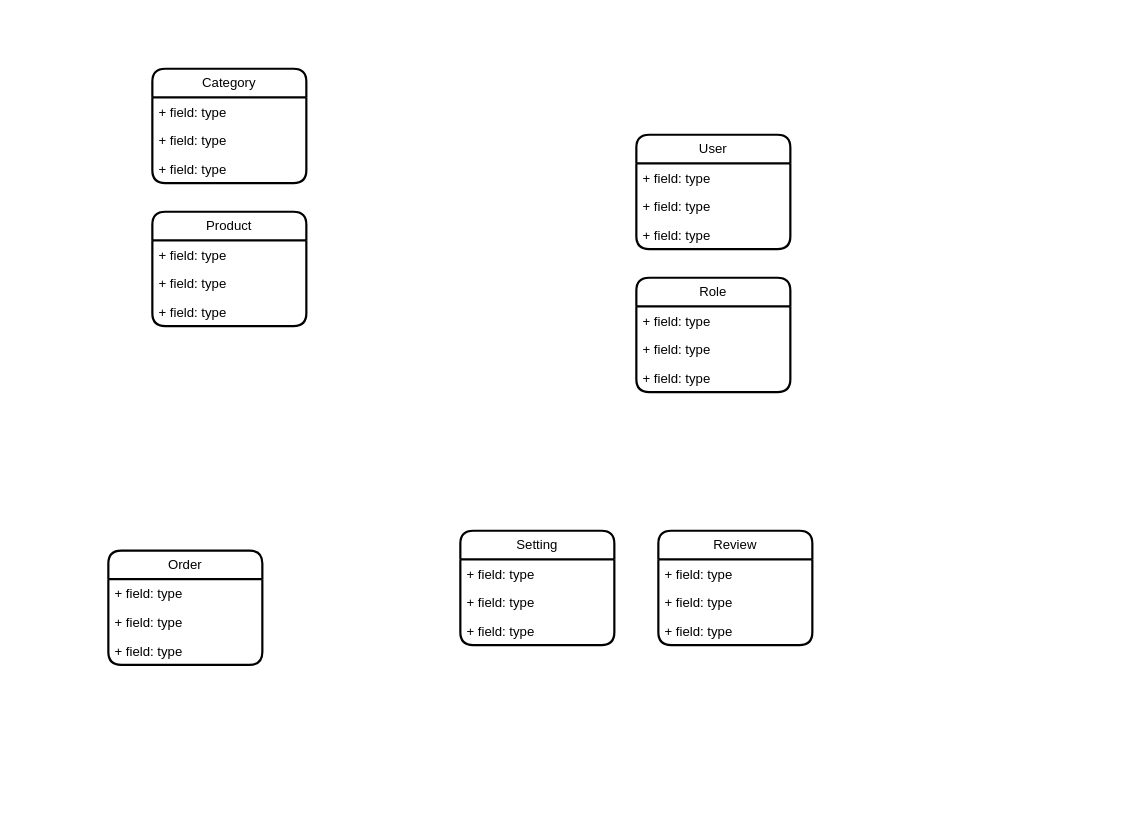
Before: ecommerce.drawio in parnasmi/ecommerce-laravel, a draw.io diagram. Source tidied: cells renumbered, new cells numbered last; positions are measured from the earlier drawing's top-left corner, leaving out a move shared by most shapes. Both pictures are drawn from the tidied source at 110%, with x=0, y=0 at pixel (108, 68).
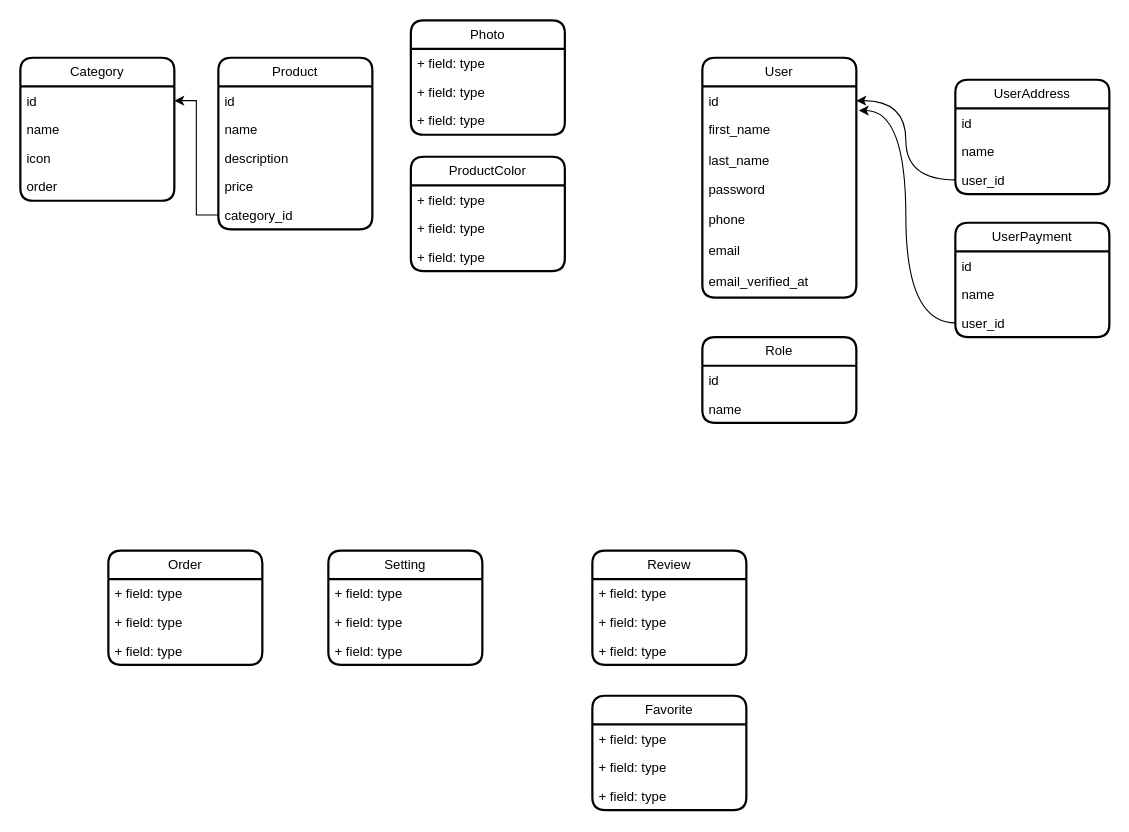
The same page after the edit.

What changed in the source:
```diff
@@
     <mxCell id="2" value="Category" style="swimlane;fontStyle=0;horizontal=1;startSize=26;fillColor=none;whiteSpace=wrap;html=1;rounded=1;strokeColor=default;shadow=0;glass=0;swimlaneFillColor=default;strokeWidth=2;" parent="1" vertex="1">
-      <mxGeometry x="40" width="140" height="104" as="geometry" />
+      <mxGeometry x="-80" y="-10" width="140" height="130" as="geometry" />
     </mxCell>
-    <mxCell id="3" value="+ field: type" style="text;strokeColor=none;fillColor=none;align=left;verticalAlign=top;spacingLeft=4;spacingRight=4;overflow=hidden;points=[[0,0.5],[1,0.5]];portConstraint=eastwest;whiteSpace=wrap;html=1;" parent="2" vertex="1">
+    <mxCell id="3" value="id" style="text;strokeColor=none;fillColor=none;align=left;verticalAlign=top;spacingLeft=4;spacingRight=4;overflow=hidden;points=[[0,0.5],[1,0.5]];portConstraint=eastwest;whiteSpace=wrap;html=1;" parent="2" vertex="1">
       <mxGeometry y="26" width="140" height="26" as="geometry" />
     </mxCell>
-    <mxCell id="4" value="+ field: type" style="text;strokeColor=none;fillColor=none;align=left;verticalAlign=top;spacingLeft=4;spacingRight=4;overflow=hidden;whiteSpace=wrap;html=1;" parent="2" vertex="1">
-      <mxGeometry y="52" width="140" height="26" as="geometry" />
-    </mxCell>
+    <mxCell id="30" value="name" style="text;strokeColor=none;fillColor=none;align=left;verticalAlign=top;spacingLeft=4;spacingRight=4;overflow=hidden;whiteSpace=wrap;html=1;" parent="2" vertex="1">
+      <mxGeometry y="52" width="140" height="26" as="geometry" />
+    </mxCell>
-    <mxCell id="5" value="+ field: type" style="text;strokeColor=none;fillColor=none;align=left;verticalAlign=top;spacingLeft=4;spacingRight=4;overflow=hidden;whiteSpace=wrap;html=1;" parent="2" vertex="1">
+    <mxCell id="5" value="icon" style="text;strokeColor=none;fillColor=none;align=left;verticalAlign=top;spacingLeft=4;spacingRight=4;overflow=hidden;whiteSpace=wrap;html=1;" parent="2" vertex="1">
       <mxGeometry y="78" width="140" height="26" as="geometry" />
     </mxCell>
+    <mxCell id="31" value="order" style="text;strokeColor=none;fillColor=none;align=left;verticalAlign=top;spacingLeft=4;spacingRight=4;overflow=hidden;whiteSpace=wrap;html=1;" parent="2" vertex="1">
+      <mxGeometry y="104" width="140" height="26" as="geometry" />
+    </mxCell>
     <mxCell id="6" value="Product" style="swimlane;fontStyle=0;horizontal=1;startSize=26;fillColor=none;whiteSpace=wrap;html=1;rounded=1;strokeColor=default;shadow=0;glass=0;swimlaneFillColor=default;strokeWidth=2;" parent="1" vertex="1">
-      <mxGeometry x="40" y="130" width="140" height="104" as="geometry" />
+      <mxGeometry x="100" y="-10" width="140" height="156" as="geometry" />
     </mxCell>
+    <mxCell id="32" value="id" style="text;strokeColor=none;fillColor=none;align=left;verticalAlign=top;spacingLeft=4;spacingRight=4;overflow=hidden;whiteSpace=wrap;html=1;" parent="6" vertex="1">
+      <mxGeometry y="26" width="140" height="26" as="geometry" />
+    </mxCell>
-    <mxCell id="7" value="+ field: type" style="text;strokeColor=none;fillColor=none;align=left;verticalAlign=top;spacingLeft=4;spacingRight=4;overflow=hidden;whiteSpace=wrap;html=1;" parent="6" vertex="1">
-      <mxGeometry y="26" width="140" height="26" as="geometry" />
+    <mxCell id="7" value="name" style="text;strokeColor=none;fillColor=none;align=left;verticalAlign=top;spacingLeft=4;spacingRight=4;overflow=hidden;whiteSpace=wrap;html=1;" parent="6" vertex="1">
+      <mxGeometry y="52" width="140" height="26" as="geometry" />
     </mxCell>
-    <mxCell id="8" value="+ field: type" style="text;strokeColor=none;fillColor=none;align=left;verticalAlign=top;spacingLeft=4;spacingRight=4;overflow=hidden;whiteSpace=wrap;html=1;" parent="6" vertex="1">
-      <mxGeometry y="52" width="140" height="26" as="geometry" />
+    <mxCell id="8" value="description" style="text;strokeColor=none;fillColor=none;align=left;verticalAlign=top;spacingLeft=4;spacingRight=4;overflow=hidden;whiteSpace=wrap;html=1;" parent="6" vertex="1">
+      <mxGeometry y="78" width="140" height="26" as="geometry" />
     </mxCell>
-    <mxCell id="9" value="+ field: type" style="text;strokeColor=none;fillColor=none;align=left;verticalAlign=top;spacingLeft=4;spacingRight=4;overflow=hidden;whiteSpace=wrap;html=1;" parent="6" vertex="1">
-      <mxGeometry y="78" width="140" height="26" as="geometry" />
+    <mxCell id="9" value="price" style="text;strokeColor=none;fillColor=none;align=left;verticalAlign=top;spacingLeft=4;spacingRight=4;overflow=hidden;whiteSpace=wrap;html=1;" parent="6" vertex="1">
+      <mxGeometry y="104" width="140" height="26" as="geometry" />
     </mxCell>
+    <mxCell id="33" value="category_id" style="text;strokeColor=none;fillColor=none;align=left;verticalAlign=top;spacingLeft=4;spacingRight=4;overflow=hidden;points=[[0,0.5],[1,0.5]];portConstraint=eastwest;whiteSpace=wrap;html=1;" parent="6" vertex="1">
+      <mxGeometry y="130" width="140" height="26" as="geometry" />
+    </mxCell>
     <mxCell id="10" value="User" style="swimlane;fontStyle=0;horizontal=1;startSize=26;fillColor=none;whiteSpace=wrap;html=1;rounded=1;strokeColor=default;shadow=0;glass=0;swimlaneFillColor=default;strokeWidth=2;" parent="1" vertex="1">
-      <mxGeometry x="480" y="60" width="140" height="104" as="geometry" />
+      <mxGeometry x="540" y="-10" width="140" height="218" as="geometry" />
     </mxCell>
-    <mxCell id="11" value="+ field: type" style="text;strokeColor=none;fillColor=none;align=left;verticalAlign=top;spacingLeft=4;spacingRight=4;overflow=hidden;points=[[0,0.5],[1,0.5]];portConstraint=eastwest;whiteSpace=wrap;html=1;" parent="10" vertex="1">
+    <mxCell id="11" value="id" style="text;strokeColor=none;fillColor=none;align=left;verticalAlign=top;spacingLeft=4;spacingRight=4;overflow=hidden;points=[[0,0.5],[1,0.5]];portConstraint=eastwest;whiteSpace=wrap;html=1;" parent="10" vertex="1">
       <mxGeometry y="26" width="140" height="26" as="geometry" />
     </mxCell>
-    <mxCell id="12" value="+ field: type" style="text;strokeColor=none;fillColor=none;align=left;verticalAlign=top;spacingLeft=4;spacingRight=4;overflow=hidden;points=[[0,0.5],[1,0.5]];portConstraint=eastwest;whiteSpace=wrap;html=1;" parent="10" vertex="1">
-      <mxGeometry y="52" width="140" height="26" as="geometry" />
+    <mxCell id="12" value="first_name" style="text;strokeColor=none;fillColor=none;align=left;verticalAlign=top;spacingLeft=4;spacingRight=4;overflow=hidden;points=[[0,0.5],[1,0.5]];portConstraint=eastwest;whiteSpace=wrap;html=1;" parent="10" vertex="1">
+      <mxGeometry y="52" width="140" height="28" as="geometry" />
     </mxCell>
-    <mxCell id="13" value="+ field: type" style="text;strokeColor=none;fillColor=none;align=left;verticalAlign=top;spacingLeft=4;spacingRight=4;overflow=hidden;whiteSpace=wrap;html=1;" parent="10" vertex="1">
-      <mxGeometry y="78" width="140" height="26" as="geometry" />
+    <mxCell id="13" value="last_name" style="text;strokeColor=none;fillColor=none;align=left;verticalAlign=top;spacingLeft=4;spacingRight=4;overflow=hidden;whiteSpace=wrap;html=1;" parent="10" vertex="1">
+      <mxGeometry y="80" width="140" height="26" as="geometry" />
     </mxCell>
+    <mxCell id="34" value="password" style="text;strokeColor=none;fillColor=none;align=left;verticalAlign=top;spacingLeft=4;spacingRight=4;overflow=hidden;whiteSpace=wrap;html=1;" parent="10" vertex="1">
+      <mxGeometry y="106" width="140" height="28" as="geometry" />
+    </mxCell>
+    <mxCell id="35" value="phone&lt;div&gt;&lt;br&gt;&lt;/div&gt;" style="text;strokeColor=none;fillColor=none;align=left;verticalAlign=top;spacingLeft=4;spacingRight=4;overflow=hidden;whiteSpace=wrap;html=1;" parent="10" vertex="1">
+      <mxGeometry y="134" width="140" height="28" as="geometry" />
+    </mxCell>
+    <mxCell id="36" value="&lt;div&gt;email&lt;/div&gt;" style="text;strokeColor=none;fillColor=none;align=left;verticalAlign=top;spacingLeft=4;spacingRight=4;overflow=hidden;whiteSpace=wrap;html=1;" parent="10" vertex="1">
+      <mxGeometry y="162" width="140" height="28" as="geometry" />
+    </mxCell>
+    <mxCell id="37" value="&lt;div&gt;email_verified_at&lt;/div&gt;" style="text;strokeColor=none;fillColor=none;align=left;verticalAlign=top;spacingLeft=4;spacingRight=4;overflow=hidden;whiteSpace=wrap;html=1;" parent="10" vertex="1">
+      <mxGeometry y="190" width="140" height="28" as="geometry" />
+    </mxCell>
     <mxCell id="14" value="Role" style="swimlane;fontStyle=0;horizontal=1;startSize=26;fillColor=none;whiteSpace=wrap;html=1;rounded=1;strokeColor=default;shadow=0;glass=0;swimlaneFillColor=default;strokeWidth=2;" parent="1" vertex="1">
-      <mxGeometry x="480" y="190" width="140" height="104" as="geometry" />
+      <mxGeometry x="540" y="244" width="140" height="78" as="geometry" />
     </mxCell>
-    <mxCell id="15" value="+ field: type" style="text;strokeColor=none;fillColor=none;align=left;verticalAlign=top;spacingLeft=4;spacingRight=4;overflow=hidden;whiteSpace=wrap;html=1;" parent="14" vertex="1">
+    <mxCell id="15" value="id&lt;div&gt;&lt;br&gt;&lt;/div&gt;" style="text;strokeColor=none;fillColor=none;align=left;verticalAlign=top;spacingLeft=4;spacingRight=4;overflow=hidden;whiteSpace=wrap;html=1;" parent="14" vertex="1">
       <mxGeometry y="26" width="140" height="26" as="geometry" />
     </mxCell>
-    <mxCell id="16" value="+ field: type" style="text;strokeColor=none;fillColor=none;align=left;verticalAlign=top;spacingLeft=4;spacingRight=4;overflow=hidden;whiteSpace=wrap;html=1;" parent="14" vertex="1">
+    <mxCell id="16" value="name" style="text;strokeColor=none;fillColor=none;align=left;verticalAlign=top;spacingLeft=4;spacingRight=4;overflow=hidden;whiteSpace=wrap;html=1;" parent="14" vertex="1">
       <mxGeometry y="52" width="140" height="26" as="geometry" />
     </mxCell>
-    <mxCell id="17" value="+ field: type" style="text;strokeColor=none;fillColor=none;align=left;verticalAlign=top;spacingLeft=4;spacingRight=4;overflow=hidden;whiteSpace=wrap;html=1;" parent="14" vertex="1">
-      <mxGeometry y="78" width="140" height="26" as="geometry" />
-    </mxCell>
@@
     <mxCell id="22" value="Setting" style="swimlane;fontStyle=0;horizontal=1;startSize=26;fillColor=none;whiteSpace=wrap;html=1;rounded=1;strokeColor=default;shadow=0;glass=0;swimlaneFillColor=default;strokeWidth=2;" parent="1" vertex="1">
-      <mxGeometry x="320" y="420" width="140" height="104" as="geometry" />
+      <mxGeometry x="200" y="438" width="140" height="104" as="geometry" />
     </mxCell>
@@
-    <mxCell id="26" value="Review" style="swimlane;fontStyle=0;horizontal=1;startSize=26;fillColor=none;whiteSpace=wrap;html=1;rounded=1;strokeColor=default;shadow=0;glass=0;swimlaneFillColor=default;strokeWidth=2;" parent="1" vertex="1">
-      <mxGeometry x="500" y="420" width="140" height="104" as="geometry" />
+    <mxCell id="26" value="Review" style="swimlane;fontStyle=0;horizontal=1;startSize=26;fillColor=none;whiteSpace=wrap;html=1;rounded=1;strokeColor=default;shadow=0;glass=0;swimlaneFillColor=default;strokeWidth=2;swimlaneLine=1;" parent="1" vertex="1">
+      <mxGeometry x="440" y="438" width="140" height="104" as="geometry" />
     </mxCell>
@@
+    <mxCell id="38" value="Photo" style="swimlane;fontStyle=0;horizontal=1;startSize=26;fillColor=none;whiteSpace=wrap;html=1;rounded=1;strokeColor=default;shadow=0;glass=0;swimlaneFillColor=default;strokeWidth=2;" parent="1" vertex="1">
+      <mxGeometry x="275" y="-44" width="140" height="104" as="geometry" />
+    </mxCell>
+    <mxCell id="39" value="+ field: type" style="text;strokeColor=none;fillColor=none;align=left;verticalAlign=top;spacingLeft=4;spacingRight=4;overflow=hidden;whiteSpace=wrap;html=1;" parent="38" vertex="1">
+      <mxGeometry y="26" width="140" height="26" as="geometry" />
+    </mxCell>
+    <mxCell id="40" value="+ field: type" style="text;strokeColor=none;fillColor=none;align=left;verticalAlign=top;spacingLeft=4;spacingRight=4;overflow=hidden;whiteSpace=wrap;html=1;" parent="38" vertex="1">
+      <mxGeometry y="52" width="140" height="26" as="geometry" />
+    </mxCell>
+    <mxCell id="41" value="+ field: type" style="text;strokeColor=none;fillColor=none;align=left;verticalAlign=top;spacingLeft=4;spacingRight=4;overflow=hidden;whiteSpace=wrap;html=1;" parent="38" vertex="1">
+      <mxGeometry y="78" width="140" height="26" as="geometry" />
+    </mxCell>
+    <mxCell id="42" value="ProductColor" style="swimlane;fontStyle=0;horizontal=1;startSize=26;fillColor=none;whiteSpace=wrap;html=1;rounded=1;strokeColor=default;shadow=0;glass=0;swimlaneFillColor=default;strokeWidth=2;" parent="1" vertex="1">
+      <mxGeometry x="275" y="80" width="140" height="104" as="geometry" />
+    </mxCell>
+    <mxCell id="43" value="+ field: type" style="text;strokeColor=none;fillColor=none;align=left;verticalAlign=top;spacingLeft=4;spacingRight=4;overflow=hidden;whiteSpace=wrap;html=1;" parent="42" vertex="1">
+      <mxGeometry y="26" width="140" height="26" as="geometry" />
+    </mxCell>
+    <mxCell id="44" value="+ field: type" style="text;strokeColor=none;fillColor=none;align=left;verticalAlign=top;spacingLeft=4;spacingRight=4;overflow=hidden;whiteSpace=wrap;html=1;" parent="42" vertex="1">
+      <mxGeometry y="52" width="140" height="26" as="geometry" />
+    </mxCell>
+    <mxCell id="45" value="+ field: type" style="text;strokeColor=none;fillColor=none;align=left;verticalAlign=top;spacingLeft=4;spacingRight=4;overflow=hidden;whiteSpace=wrap;html=1;" parent="42" vertex="1">
+      <mxGeometry y="78" width="140" height="26" as="geometry" />
+    </mxCell>
+    <mxCell id="46" value="Favorite" style="swimlane;fontStyle=0;horizontal=1;startSize=26;fillColor=none;whiteSpace=wrap;html=1;rounded=1;strokeColor=default;shadow=0;glass=0;swimlaneFillColor=default;strokeWidth=2;swimlaneLine=1;" parent="1" vertex="1">
+      <mxGeometry x="440" y="570" width="140" height="104" as="geometry" />
+    </mxCell>
+    <mxCell id="47" value="+ field: type" style="text;strokeColor=none;fillColor=none;align=left;verticalAlign=top;spacingLeft=4;spacingRight=4;overflow=hidden;whiteSpace=wrap;html=1;" parent="46" vertex="1">
+      <mxGeometry y="26" width="140" height="26" as="geometry" />
+    </mxCell>
+    <mxCell id="48" value="+ field: type" style="text;strokeColor=none;fillColor=none;align=left;verticalAlign=top;spacingLeft=4;spacingRight=4;overflow=hidden;whiteSpace=wrap;html=1;" parent="46" vertex="1">
+      <mxGeometry y="52" width="140" height="26" as="geometry" />
+    </mxCell>
+    <mxCell id="49" value="+ field: type" style="text;strokeColor=none;fillColor=none;align=left;verticalAlign=top;spacingLeft=4;spacingRight=4;overflow=hidden;whiteSpace=wrap;html=1;" parent="46" vertex="1">
+      <mxGeometry y="78" width="140" height="26" as="geometry" />
+    </mxCell>
+    <mxCell id="50" value="UserAddress" style="swimlane;fontStyle=0;horizontal=1;startSize=26;fillColor=none;whiteSpace=wrap;html=1;rounded=1;strokeColor=default;shadow=0;glass=0;swimlaneFillColor=default;strokeWidth=2;" parent="1" vertex="1">
+      <mxGeometry x="770" y="10" width="140" height="104" as="geometry" />
+    </mxCell>
+    <mxCell id="51" value="id" style="text;strokeColor=none;fillColor=none;align=left;verticalAlign=top;spacingLeft=4;spacingRight=4;overflow=hidden;whiteSpace=wrap;html=1;" parent="50" vertex="1">
+      <mxGeometry y="26" width="140" height="26" as="geometry" />
+    </mxCell>
+    <mxCell id="52" value="name" style="text;strokeColor=none;fillColor=none;align=left;verticalAlign=top;spacingLeft=4;spacingRight=4;overflow=hidden;whiteSpace=wrap;html=1;" parent="50" vertex="1">
+      <mxGeometry y="52" width="140" height="26" as="geometry" />
+    </mxCell>
+    <mxCell id="53" value="user_id&lt;div&gt;&lt;br&gt;&lt;/div&gt;" style="text;strokeColor=none;fillColor=none;align=left;verticalAlign=top;spacingLeft=4;spacingRight=4;overflow=hidden;points=[[0,0.5],[1,0.5]];portConstraint=eastwest;whiteSpace=wrap;html=1;" parent="50" vertex="1">
+      <mxGeometry y="78" width="140" height="26" as="geometry" />
+    </mxCell>
+    <mxCell id="54" value="UserPayment" style="swimlane;fontStyle=0;horizontal=1;startSize=26;fillColor=none;whiteSpace=wrap;html=1;rounded=1;strokeColor=default;shadow=0;glass=0;swimlaneFillColor=default;strokeWidth=2;" parent="1" vertex="1">
+      <mxGeometry x="770" y="140" width="140" height="104" as="geometry" />
+    </mxCell>
+    <mxCell id="55" value="id&lt;div&gt;&lt;br&gt;&lt;/div&gt;" style="text;strokeColor=none;fillColor=none;align=left;verticalAlign=top;spacingLeft=4;spacingRight=4;overflow=hidden;whiteSpace=wrap;html=1;" parent="54" vertex="1">
+      <mxGeometry y="26" width="140" height="26" as="geometry" />
+    </mxCell>
+    <mxCell id="56" value="name&lt;div&gt;&lt;br&gt;&lt;/div&gt;" style="text;strokeColor=none;fillColor=none;align=left;verticalAlign=top;spacingLeft=4;spacingRight=4;overflow=hidden;whiteSpace=wrap;html=1;" parent="54" vertex="1">
+      <mxGeometry y="52" width="140" height="26" as="geometry" />
+    </mxCell>
+    <mxCell id="57" value="user_id" style="text;strokeColor=none;fillColor=none;align=left;verticalAlign=top;spacingLeft=4;spacingRight=4;overflow=hidden;points=[[0,0.5],[1,0.5]];portConstraint=eastwest;whiteSpace=wrap;html=1;" parent="54" vertex="1">
+      <mxGeometry y="78" width="140" height="26" as="geometry" />
+    </mxCell>
+    <mxCell id="58" style="edgeStyle=orthogonalEdgeStyle;rounded=0;jettySize=auto;html=1;exitX=0;exitY=0.5;exitDx=0;exitDy=0;" parent="1" edge="1" source="33" target="3">
+      <mxGeometry relative="1" as="geometry" />
+    </mxCell>
+    <mxCell id="59" style="edgeStyle=orthogonalEdgeStyle;rounded=0;jettySize=auto;html=1;exitX=0;exitY=0.5;exitDx=0;exitDy=0;entryX=1;entryY=0.5;entryDx=0;entryDy=0;curved=1;" parent="1" edge="1" source="53" target="11">
+      <mxGeometry relative="1" as="geometry" />
+    </mxCell>
+    <mxCell id="60" style="edgeStyle=orthogonalEdgeStyle;rounded=0;jettySize=auto;html=1;exitX=0;exitY=0.5;exitDx=0;exitDy=0;entryX=1.016;entryY=-0.143;entryDx=0;entryDy=0;entryPerimeter=0;curved=1;" parent="1" edge="1" source="57" target="12">
+      <mxGeometry relative="1" as="geometry" />
+    </mxCell>
```
